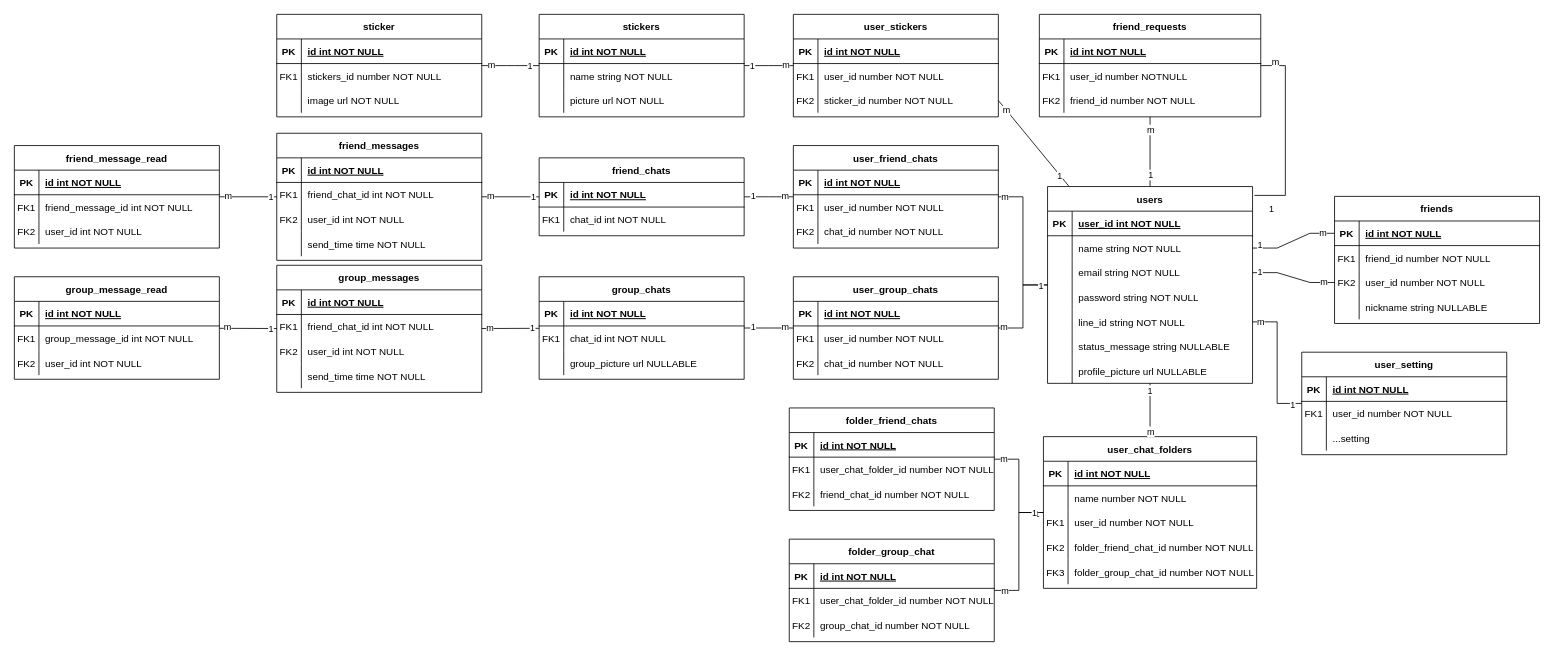
Before: diagram/ER_diagram.drawio in MeowKyWay/LINE-Clone, a draw.io diagram. Source tidied: cells renumbered, new cells numbered last; positions are measured from the earlier drawing's top-left corner, leaving out a move shared by most shapes. Both pictures are drawn from the tidied source at 82%, with x=0, y=0 at pixel (14, 14).
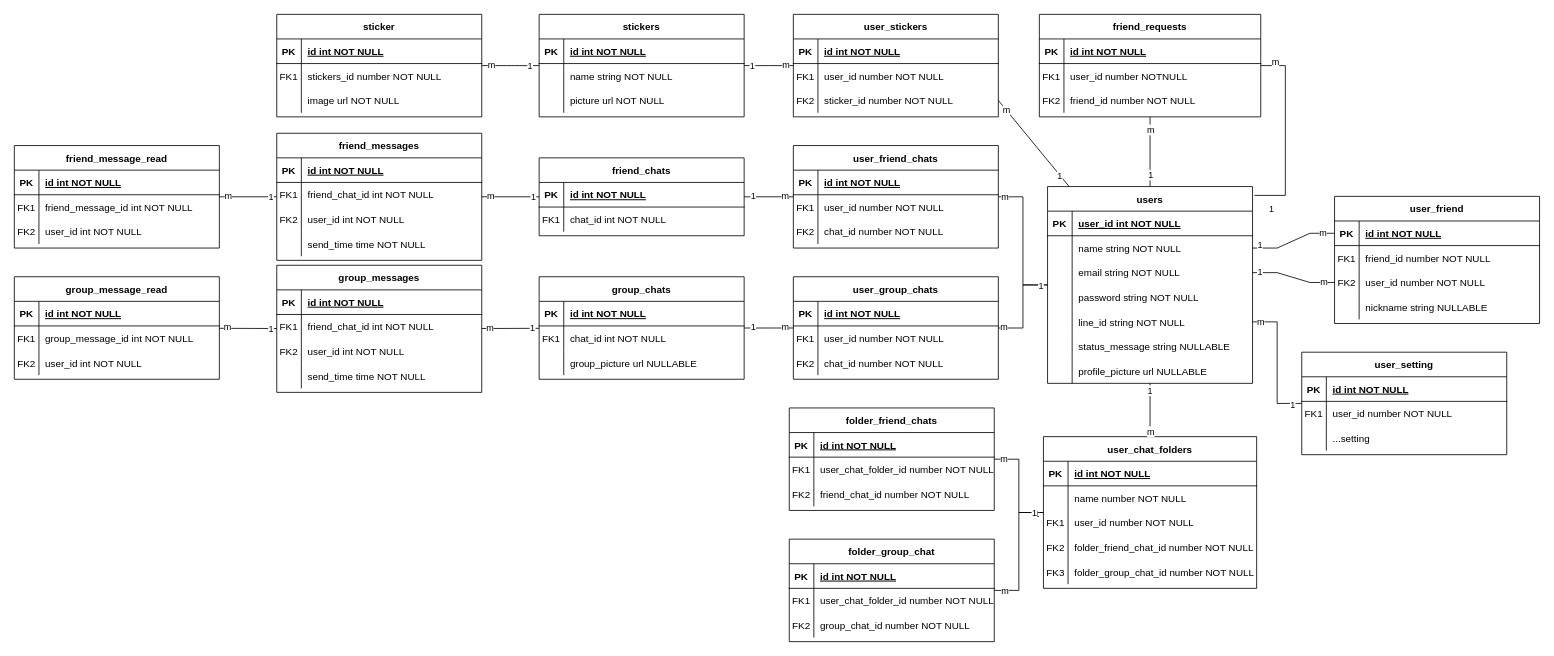
The same page after the edit.

Diff of the diagram source:
```diff
@@
-    <mxCell id="104" value="friends" style="shape=table;startSize=30;childLayout=tableLayout;rowLines=0;fontStyle=1;align=center;" parent="1" vertex="1">
+    <mxCell id="104" value="user_friend" style="shape=table;startSize=30;childLayout=tableLayout;rowLines=0;fontStyle=1;align=center;" parent="1" vertex="1">
       <mxGeometry x="1610" y="222" width="250" height="155" as="geometry" />
     </mxCell>
```
